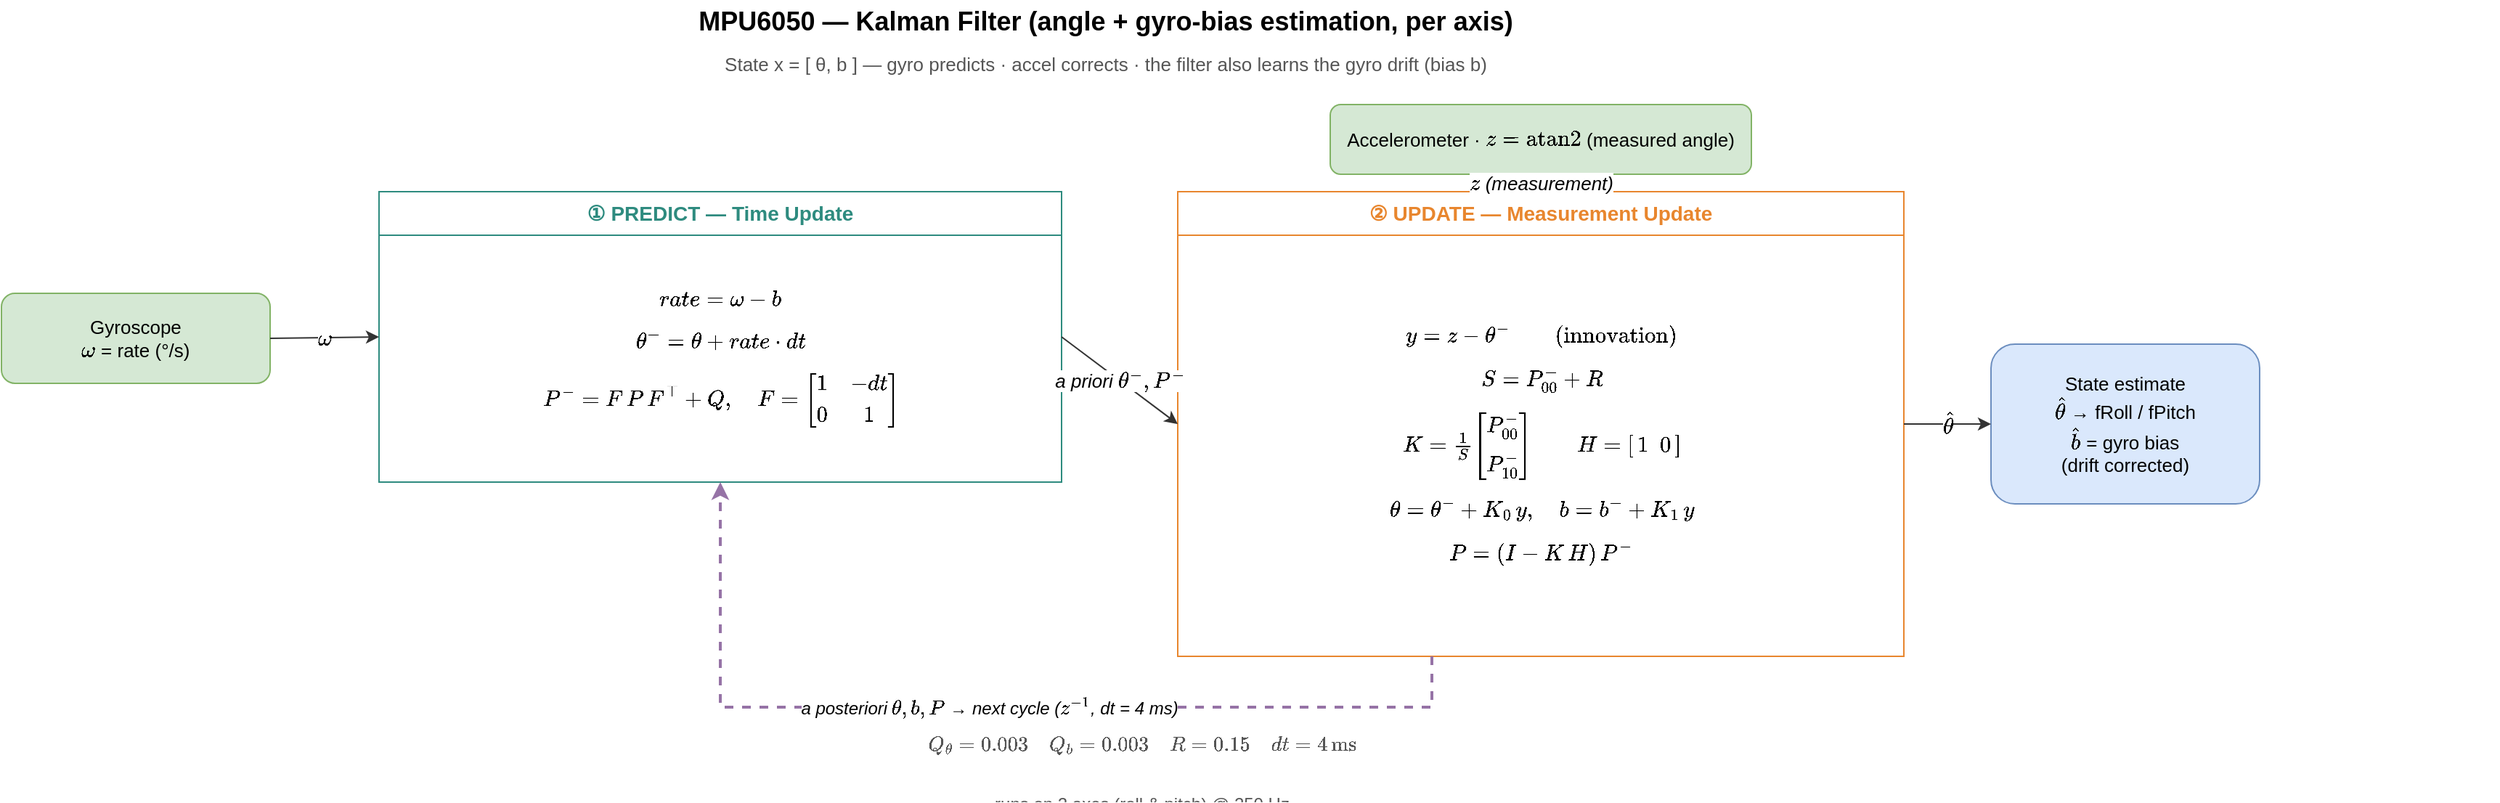
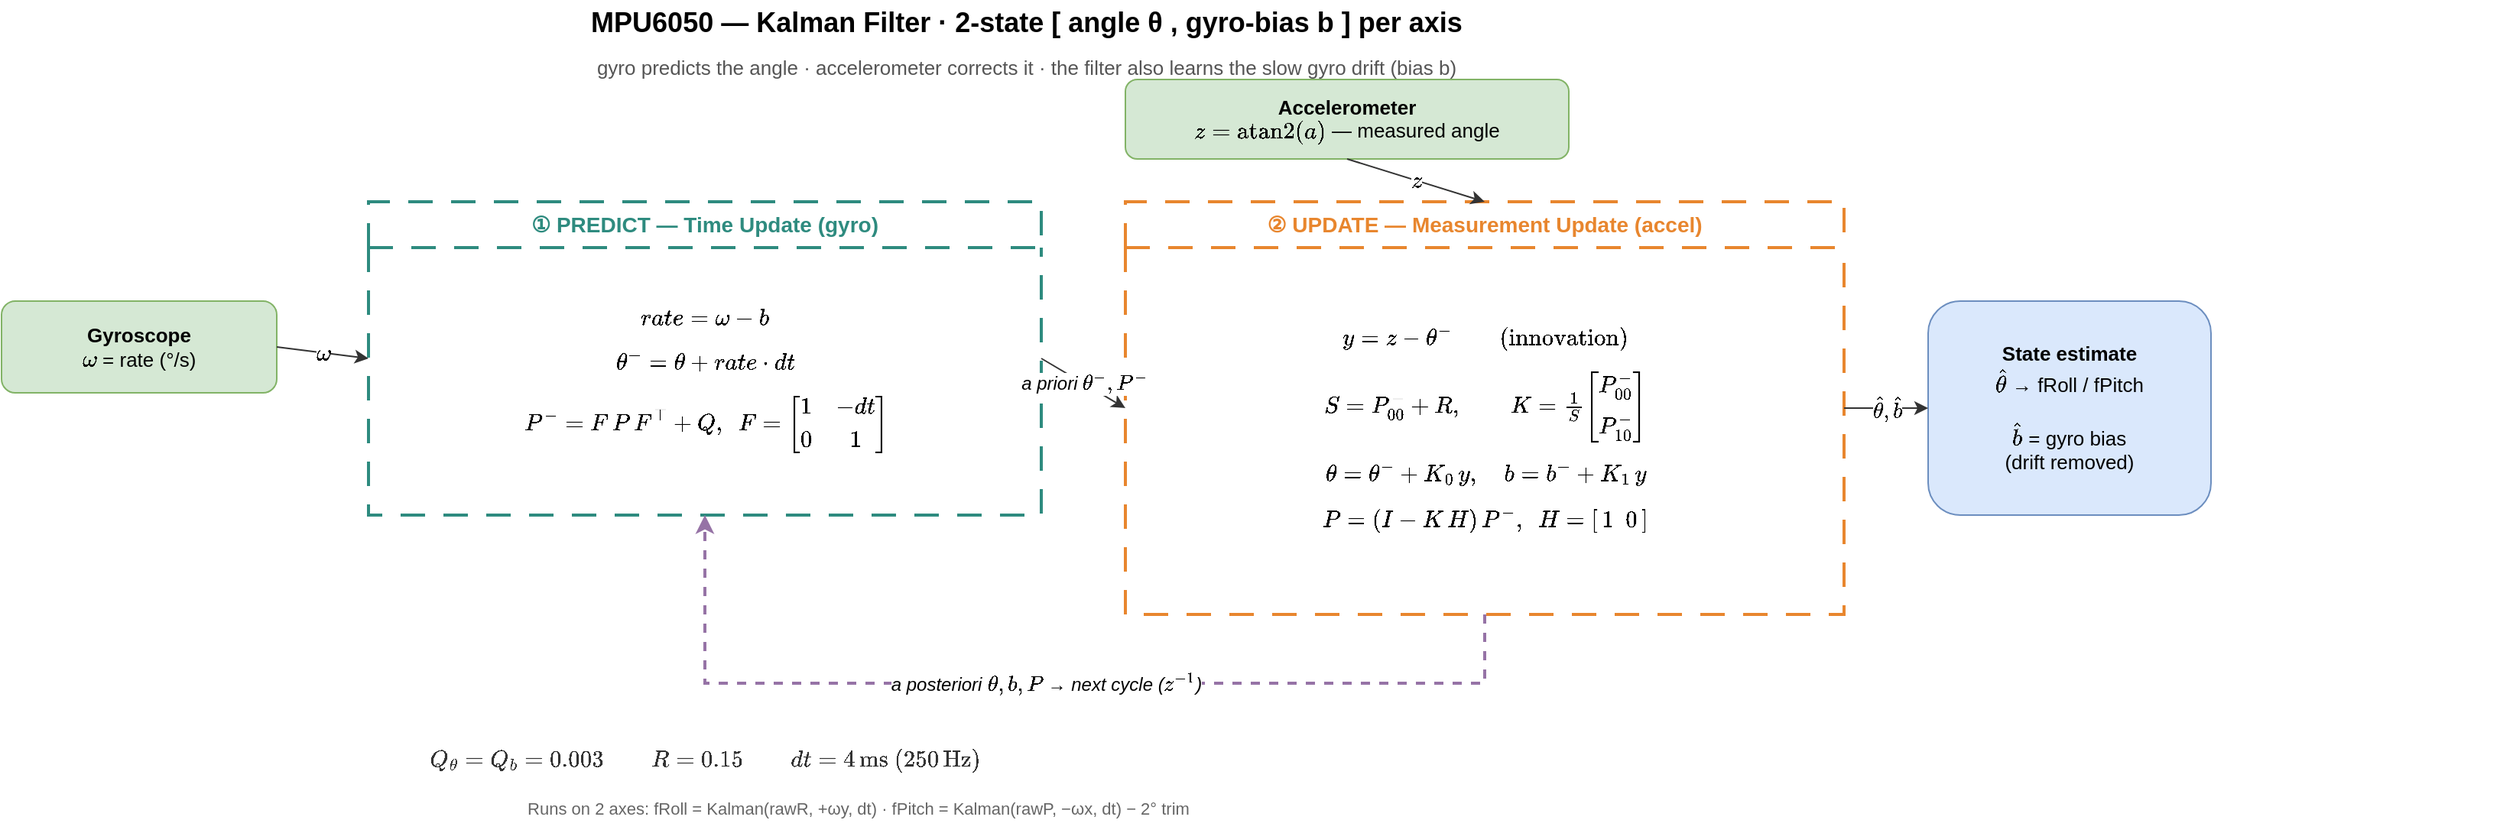
<?xml version="1.0" encoding="UTF-8"?>
<mxfile host="drawio" version="26.0.0">
  <diagram name="MPU6050-Kalman-Filter">
    <mxGraphModel dx="1400" dy="820" grid="1" gridSize="10" guides="1" tooltips="1" connect="1" arrows="1" fold="1" page="1" pageScale="1" math="1" shadow="0">
      <root>
        <mxCell id="0" />
        <mxCell id="1" parent="0" />

-         <mxCell id="ttl" value="MPU6050 — Kalman Filter (angle + gyro-bias estimation, per axis)" style="text;html=1;align=center;verticalAlign=middle;fontStyle=1;fontSize=18;" vertex="1" parent="1">
-           <mxGeometry x="120" y="18" width="1360" height="30" as="geometry" />
+         <mxCell id="ttl" value="MPU6050 — Kalman Filter · 2-state [ angle θ , gyro-bias b ] per axis" style="text;html=1;align=center;verticalAlign=middle;fontStyle=1;fontSize=18;" vertex="1" parent="1">
+           <mxGeometry x="120" y="18" width="1180" height="30" as="geometry" />
        </mxCell>
-         <mxCell id="sub" value="State x = [ θ, b ] — gyro predicts · accel corrects · the filter also learns the gyro drift (bias b)" style="text;html=1;align=center;verticalAlign=middle;fontSize=13;fontColor=#555555;" vertex="1" parent="1">
-           <mxGeometry x="120" y="50" width="1360" height="24" as="geometry" />
+         <mxCell id="sub" value="gyro predicts the angle · accelerometer corrects it · the filter also learns the slow gyro drift (bias b)" style="text;html=1;align=center;verticalAlign=middle;fontSize=13;fontColor=#555555;" vertex="1" parent="1">
+           <mxGeometry x="120" y="50" width="1180" height="24" as="geometry" />
        </mxCell>

-         <!-- ===== inputs ===== -->
-         <mxCell id="gyroIn" value="Gyroscope&#xa;\(\omega\) = rate (°/s)" style="rounded=1;whiteSpace=wrap;html=1;fillColor=#d5e8d4;strokeColor=#82b366;fontSize=13;" vertex="1" parent="1">
-           <mxGeometry x="40" y="220" width="185" height="62" as="geometry" />
+         <!-- inputs -->
+         <mxCell id="gyroIn" value="&lt;b&gt;Gyroscope&lt;/b&gt;&#xa;\(\omega\) = rate (°/s)" style="rounded=1;whiteSpace=wrap;html=1;fillColor=#d5e8d4;strokeColor=#82b366;fontSize=13;" vertex="1" parent="1">
+           <mxGeometry x="40" y="215" width="180" height="60" as="geometry" />
        </mxCell>
-         <mxCell id="accelIn" value="Accelerometer · \(z = \mathrm{atan2}\) (measured angle)" style="rounded=1;whiteSpace=wrap;html=1;fillColor=#d5e8d4;strokeColor=#82b366;fontSize=13;" vertex="1" parent="1">
-           <mxGeometry x="955" y="90" width="290" height="48" as="geometry" />
+         <mxCell id="accelIn" value="&lt;b&gt;Accelerometer&lt;/b&gt;&#xa;\(z = \mathrm{atan2}(a)\) — measured angle" style="rounded=1;whiteSpace=wrap;html=1;fillColor=#d5e8d4;strokeColor=#82b366;fontSize=13;" vertex="1" parent="1">
+           <mxGeometry x="775" y="70" width="290" height="52" as="geometry" />
        </mxCell>

-         <!-- ===== PREDICT ===== -->
-         <mxCell id="predict" value="① PREDICT — Time Update" style="swimlane;startSize=30;html=1;whiteSpace=wrap;fillColor=#ffffff;strokeColor=#2E8B7F;fontStyle=1;fontSize=14;fontColor=#2E8B7F;verticalAlign=top;align=center;" vertex="1" parent="1">
-           <mxGeometry x="300" y="150" width="470" height="200" as="geometry" />
+         <!-- PREDICT -->
+         <mxCell id="predict" value="① PREDICT — Time Update (gyro)" style="swimlane;startSize=30;html=1;whiteSpace=wrap;fillColor=none;strokeColor=#2E8B7F;dashed=1;dashPattern=8 6;strokeWidth=2;fontStyle=1;fontSize=14;fontColor=#2E8B7F;verticalAlign=top;align=center;" vertex="1" parent="1">
+           <mxGeometry x="280" y="150" width="440" height="205" as="geometry" />
        </mxCell>
-         <mxCell id="predictBody" value="\[rate = \omega - b\]\[\theta^{-} = \theta + rate\cdot dt\]\[P^{-} = F\,P\,F^{\top} + Q,\quad F=\begin{bmatrix}1 &amp; -dt\\ 0 &amp; 1\end{bmatrix}\]" style="text;html=1;align=center;verticalAlign=middle;fontSize=13;" vertex="1" parent="predict">
-           <mxGeometry x="10" y="36" width="450" height="155" as="geometry" />
+         <mxCell id="predictBody" value="\[rate = \omega - b\]\[\theta^{-} = \theta + rate\cdot dt\]\[P^{-} = F\,P\,F^{\top} + Q,\ \ F=\begin{bmatrix}1 &amp; -dt\\ 0 &amp; 1\end{bmatrix}\]" style="text;html=1;align=center;verticalAlign=middle;fontSize=13;" vertex="1" parent="predict">
+           <mxGeometry x="10" y="36" width="420" height="160" as="geometry" />
        </mxCell>

-         <!-- ===== UPDATE ===== -->
-         <mxCell id="update" value="② UPDATE — Measurement Update" style="swimlane;startSize=30;html=1;whiteSpace=wrap;fillColor=#ffffff;strokeColor=#E8862E;fontStyle=1;fontSize=14;fontColor=#E8862E;verticalAlign=top;align=center;" vertex="1" parent="1">
-           <mxGeometry x="850" y="150" width="500" height="320" as="geometry" />
+         <!-- UPDATE -->
+         <mxCell id="update" value="② UPDATE — Measurement Update (accel)" style="swimlane;startSize=30;html=1;whiteSpace=wrap;fillColor=none;strokeColor=#E8862E;dashed=1;dashPattern=8 6;strokeWidth=2;fontStyle=1;fontSize=14;fontColor=#E8862E;verticalAlign=top;align=center;" vertex="1" parent="1">
+           <mxGeometry x="775" y="150" width="470" height="270" as="geometry" />
        </mxCell>
-         <mxCell id="updateBody" value="\[y = z - \theta^{-}\qquad\text{(innovation)}\]\[S = P^{-}_{00} + R\]\[K = \tfrac{1}{S}\begin{bmatrix}P^{-}_{00}\\[2pt] P^{-}_{10}\end{bmatrix}\qquad H=[\,1\ \ 0\,]\]\[\theta = \theta^{-} + K_0\,y,\quad b = b^{-} + K_1\,y\]\[P = (I - K\,H)\,P^{-}\]" style="text;html=1;align=center;verticalAlign=middle;fontSize=13;" vertex="1" parent="update">
-           <mxGeometry x="10" y="36" width="480" height="275" as="geometry" />
+         <mxCell id="updateBody" value="\[y = z - \theta^{-}\qquad\text{(innovation)}\]\[S = P^{-}_{00} + R,\qquad K = \tfrac{1}{S}\begin{bmatrix}P^{-}_{00}\\[2pt] P^{-}_{10}\end{bmatrix}\]\[\theta = \theta^{-} + K_0\,y,\quad b = b^{-} + K_1\,y\]\[P = (I - K\,H)\,P^{-},\ \ H=[\,1\ \ 0\,]\]" style="text;html=1;align=center;verticalAlign=middle;fontSize=13;" vertex="1" parent="update">
+           <mxGeometry x="10" y="34" width="450" height="228" as="geometry" />
        </mxCell>

-         <!-- ===== output ===== -->
-         <mxCell id="out" value="State estimate&#xa;\(\hat\theta\) → fRoll / fPitch&#xa;\(\hat b\) = gyro bias&#xa;(drift corrected)" style="rounded=1;whiteSpace=wrap;html=1;fillColor=#dae8fc;strokeColor=#6c8ebf;fontSize=13;" vertex="1" parent="1">
-           <mxGeometry x="1410" y="255" width="185" height="110" as="geometry" />
+         <!-- output (right of Update) -->
+         <mxCell id="out" value="&lt;b&gt;State estimate&lt;/b&gt;&#xa;\(\hat\theta\) → fRoll / fPitch&#xa;&#xa;\(\hat b\) = gyro bias&#xa;(drift removed)" style="rounded=1;whiteSpace=wrap;html=1;fillColor=#dae8fc;strokeColor=#6c8ebf;fontSize=13;" vertex="1" parent="1">
+           <mxGeometry x="1300" y="215" width="185" height="140" as="geometry" />
        </mxCell>

-         <!-- ===== params ===== -->
-         <mxCell id="params" value="\[Q_\theta = 0.003 \quad Q_b = 0.003 \quad R = 0.15 \quad dt = 4\,\mathrm{ms}\]&#xa;runs on 2 axes (roll &amp; pitch) @ 250 Hz" style="text;html=1;align=center;verticalAlign=middle;fontSize=12;fontColor=#555555;" vertex="1" parent="1">
-           <mxGeometry x="300" y="520" width="1050" height="50" as="geometry" />
+         <!-- params + source note (lower-left, under Predict) -->
+         <mxCell id="params" value="\[Q_\theta = Q_b = 0.003 \qquad R = 0.15 \qquad dt = 4\,\mathrm{ms}\ (250\,\mathrm{Hz})\]" style="text;html=1;align=center;verticalAlign=middle;fontSize=13;fontColor=#333333;" vertex="1" parent="1">
+           <mxGeometry x="240" y="500" width="520" height="30" as="geometry" />
+         </mxCell>
+         <mxCell id="srcNote" value="Runs on 2 axes: fRoll = Kalman(rawR, +ωy, dt) · fPitch = Kalman(rawP, −ωx, dt) − 2° trim" style="text;html=1;align=center;verticalAlign=middle;fontSize=11;fontColor=#666666;" vertex="1" parent="1">
+           <mxGeometry x="240" y="532" width="720" height="30" as="geometry" />
        </mxCell>

-         <!-- ===== edges ===== -->
+         <!-- edges -->
        <mxCell id="k_gyro" value="\(\omega\)" style="html=1;fontSize=13;fontStyle=2;labelBackgroundColor=#ffffff;endArrow=classic;strokeColor=#333333;rounded=0;exitX=1;exitY=0.5;exitDx=0;exitDy=0;entryX=0;entryY=0.5;entryDx=0;entryDy=0;" edge="1" parent="1" source="gyroIn" target="predict"><mxGeometry relative="1" as="geometry" /></mxCell>
-         <mxCell id="k_accel" value="\(z\) (measurement)" style="edgeStyle=orthogonalEdgeStyle;html=1;fontSize=13;fontStyle=2;labelBackgroundColor=#ffffff;endArrow=classic;strokeColor=#333333;rounded=0;exitX=0.5;exitY=1;exitDx=0;exitDy=0;entryX=0.5;entryY=0;entryDx=0;entryDy=0;" edge="1" parent="1" source="accelIn" target="update"><mxGeometry relative="1" as="geometry" /></mxCell>
-         <mxCell id="k_prior" value="a priori \(\theta^{-}, P^{-}\)" style="html=1;fontSize=13;fontStyle=2;labelBackgroundColor=#ffffff;endArrow=classic;strokeColor=#333333;rounded=0;exitX=1;exitY=0.5;exitDx=0;exitDy=0;entryX=0;entryY=0.5;entryDx=0;entryDy=0;" edge="1" parent="1" source="predict" target="update"><mxGeometry relative="1" as="geometry" /></mxCell>
-         <mxCell id="k_out" value="\(\hat\theta\)" style="html=1;fontSize=13;fontStyle=2;labelBackgroundColor=#ffffff;endArrow=classic;strokeColor=#333333;rounded=0;exitX=1;exitY=0.5;exitDx=0;exitDy=0;entryX=0;entryY=0.5;entryDx=0;entryDy=0;" edge="1" parent="1" source="update" target="out"><mxGeometry relative="1" as="geometry" /></mxCell>
-         <mxCell id="k_recur" value="a posteriori \(\theta, b, P\)  →  next cycle  (\(z^{-1}\), dt = 4 ms)" style="edgeStyle=orthogonalEdgeStyle;html=1;fontSize=12;fontStyle=2;labelBackgroundColor=#ffffff;endArrow=classic;strokeColor=#9673a6;strokeWidth=2;dashed=1;rounded=0;exitX=0.35;exitY=1;exitDx=0;exitDy=0;entryX=0.5;entryY=1;entryDx=0;entryDy=0;" edge="1" parent="1" source="update" target="predict">
+         <mxCell id="k_accel" value="\(z\)" style="html=1;fontSize=13;fontStyle=2;labelBackgroundColor=#ffffff;endArrow=classic;strokeColor=#333333;rounded=0;exitX=0.5;exitY=1;exitDx=0;exitDy=0;entryX=0.5;entryY=0;entryDx=0;entryDy=0;" edge="1" parent="1" source="accelIn" target="update"><mxGeometry relative="1" as="geometry" /></mxCell>
+         <mxCell id="k_prior" value="a priori \(\theta^{-}, P^{-}\)" style="html=1;fontSize=12;fontStyle=2;labelBackgroundColor=#ffffff;endArrow=classic;strokeColor=#333333;rounded=0;exitX=1;exitY=0.5;exitDx=0;exitDy=0;entryX=0;entryY=0.5;entryDx=0;entryDy=0;" edge="1" parent="1" source="predict" target="update"><mxGeometry relative="1" as="geometry" /></mxCell>
+         <mxCell id="k_out" value="\(\hat\theta, \hat b\)" style="html=1;fontSize=12;fontStyle=2;labelBackgroundColor=#ffffff;endArrow=classic;strokeColor=#333333;rounded=0;exitX=1;exitY=0.5;exitDx=0;exitDy=0;entryX=0;entryY=0.5;entryDx=0;entryDy=0;" edge="1" parent="1" source="update" target="out"><mxGeometry relative="1" as="geometry" /></mxCell>
+         <mxCell id="k_recur" value="a posteriori \(\theta, b, P\)  →  next cycle  (\(z^{-1}\))" style="edgeStyle=orthogonalEdgeStyle;html=1;fontSize=12;fontStyle=2;labelBackgroundColor=#ffffff;endArrow=classic;strokeColor=#9673a6;strokeWidth=2;dashed=1;rounded=0;exitX=0.5;exitY=1;exitDx=0;exitDy=0;entryX=0.5;entryY=1;entryDx=0;entryDy=0;" edge="1" parent="1" source="update" target="predict">
          <mxGeometry relative="1" as="geometry">
-             <Array as="points"><mxPoint x="1025" y="505" /><mxPoint x="535" y="505" /></Array>
+             <Array as="points"><mxPoint x="1010" y="465" /><mxPoint x="500" y="465" /></Array>
          </mxGeometry>
        </mxCell>

      </root>
    </mxGraphModel>
  </diagram>
</mxfile>
